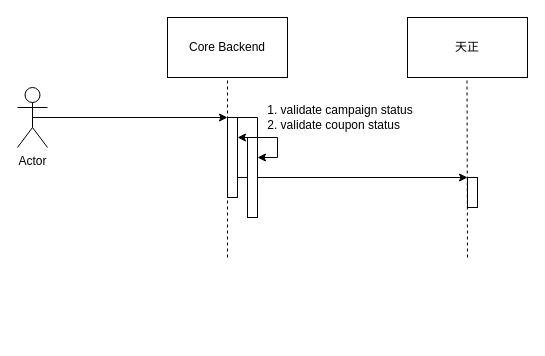
Above: VF/领券活动.drawio in yeahsyoung/diagram (draw.io), before the change. Source tidied: cells renumbered, new cells numbered last; positions are measured from the earlier drawing's top-left corner, leaving out a move shared by most shapes. Both pictures are drawn from the tidied source at 100%, with x=0, y=0 at pixel (17, 17).
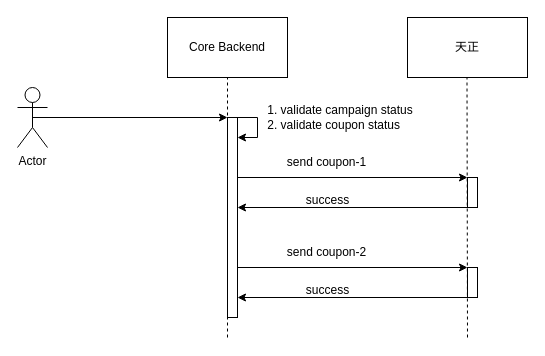
The same diagram, later.

Commit message (it also covers changes not shown here):
更新领券活动.drawio

What changed in the source:
```diff
@@
     <mxCell id="5" style="endArrow=none;dashed=1;html=1;rounded=0;" parent="1" edge="1">
       <mxGeometry relative="1" as="geometry">
-        <mxPoint x="210" y="240" as="sourcePoint" />
+        <mxPoint x="210" y="320" as="sourcePoint" />
         <mxPoint x="210" y="60" as="targetPoint" />
       </mxGeometry>
     </mxCell>
     <mxCell id="6" style="endArrow=none;dashed=1;html=1;rounded=0;" parent="1" edge="1">
       <mxGeometry relative="1" as="geometry">
-        <mxPoint x="450" y="240" as="sourcePoint" />
+        <mxPoint x="450" y="320" as="sourcePoint" />
         <mxPoint x="449.5" y="60" as="targetPoint" />
       </mxGeometry>
     </mxCell>
@@
     <mxCell id="8" style="rounded=0;whiteSpace=wrap;html=1;" parent="1" vertex="1">
-      <mxGeometry x="210" y="100" width="10" height="80" as="geometry" />
+      <mxGeometry x="210" y="100" width="10" height="200" as="geometry" />
     </mxCell>
@@
-    <mxCell id="13" style="rounded=0;whiteSpace=wrap;html=1;" parent="1" vertex="1">
-      <mxGeometry x="230" y="120" width="10" height="80" as="geometry" />
-    </mxCell>
-    <mxCell id="14" style="endArrow=classic;html=1;rounded=0;" parent="1" edge="1">
-      <mxGeometry relative="1" as="geometry">
-        <mxPoint x="240" y="120" as="sourcePoint" />
-        <mxPoint x="240" y="140" as="targetPoint" />
-        <Array as="points">
-          <mxPoint x="260" y="120" />
-          <mxPoint x="260" y="140" />
-        </Array>
-      </mxGeometry>
-    </mxCell>
+    <mxCell id="15" value="send coupon-1" style="text;html=1;align=center;verticalAlign=middle;strokeColor=none;fillColor=none;" parent="1" vertex="1">
+      <mxGeometry x="259" y="130" width="100" height="30" as="geometry" />
+    </mxCell>
+    <mxCell id="16" style="endArrow=classic;html=1;rounded=0;exitX=0.5;exitY=0.5;exitDx=0;exitDy=0;exitPerimeter=0;" parent="1" edge="1">
+      <mxGeometry relative="1" as="geometry">
+        <mxPoint x="450" y="190" as="sourcePoint" />
+        <mxPoint x="220" y="190" as="targetPoint" />
+      </mxGeometry>
+    </mxCell>
+    <mxCell id="17" value="success" style="text;html=1;align=center;verticalAlign=middle;strokeColor=none;fillColor=none;" parent="1" vertex="1">
+      <mxGeometry x="275" y="168" width="70" height="30" as="geometry" />
+    </mxCell>
+    <mxCell id="18" style="endArrow=classic;html=1;rounded=0;exitX=0.5;exitY=0.5;exitDx=0;exitDy=0;exitPerimeter=0;" parent="1" edge="1">
+      <mxGeometry relative="1" as="geometry">
+        <mxPoint x="220" y="250" as="sourcePoint" />
+        <mxPoint x="450" y="250" as="targetPoint" />
+      </mxGeometry>
+    </mxCell>
+    <mxCell id="19" value="send coupon-2" style="text;html=1;align=center;verticalAlign=middle;strokeColor=none;fillColor=none;" parent="1" vertex="1">
+      <mxGeometry x="259" y="220" width="100" height="30" as="geometry" />
+    </mxCell>
+    <mxCell id="20" style="endArrow=classic;html=1;rounded=0;exitX=0.5;exitY=0.5;exitDx=0;exitDy=0;exitPerimeter=0;" parent="1" edge="1">
+      <mxGeometry relative="1" as="geometry">
+        <mxPoint x="450" y="280" as="sourcePoint" />
+        <mxPoint x="220" y="280" as="targetPoint" />
+      </mxGeometry>
+    </mxCell>
+    <mxCell id="21" value="success" style="text;html=1;align=center;verticalAlign=middle;strokeColor=none;fillColor=none;" parent="1" vertex="1">
+      <mxGeometry x="275" y="258" width="70" height="30" as="geometry" />
+    </mxCell>
+    <mxCell id="22" style="rounded=0;whiteSpace=wrap;html=1;" parent="1" vertex="1">
+      <mxGeometry x="450" y="250" width="10" height="30" as="geometry" />
+    </mxCell>
```
